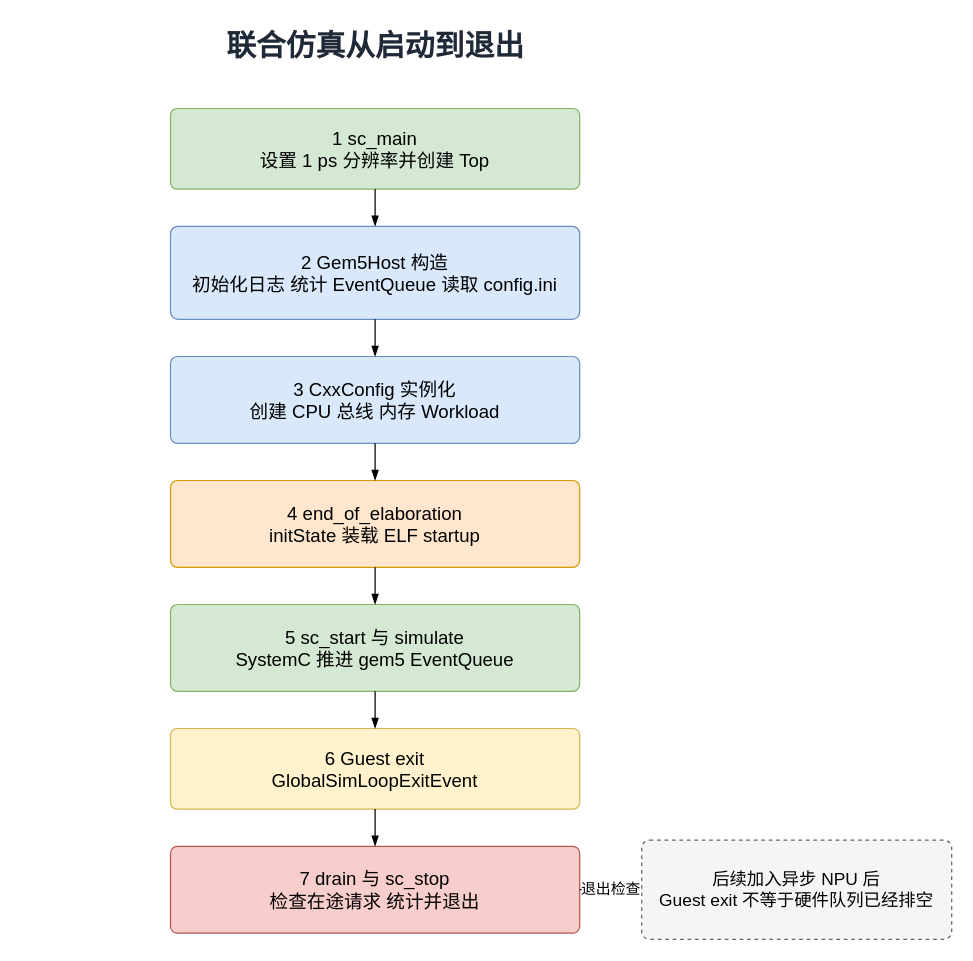
Before: docs/images/chapter-01/04-lifecycle.drawio in Ch1-n/npu-system-modeling, a draw.io diagram. Source tidied: cells renumbered, new cells numbered last; positions are measured from the earlier drawing's top-left corner, leaving out a move shared by most shapes. Both pictures are drawn from the tidied source at 124%, with x=0, y=0 at pixel (21, 21).
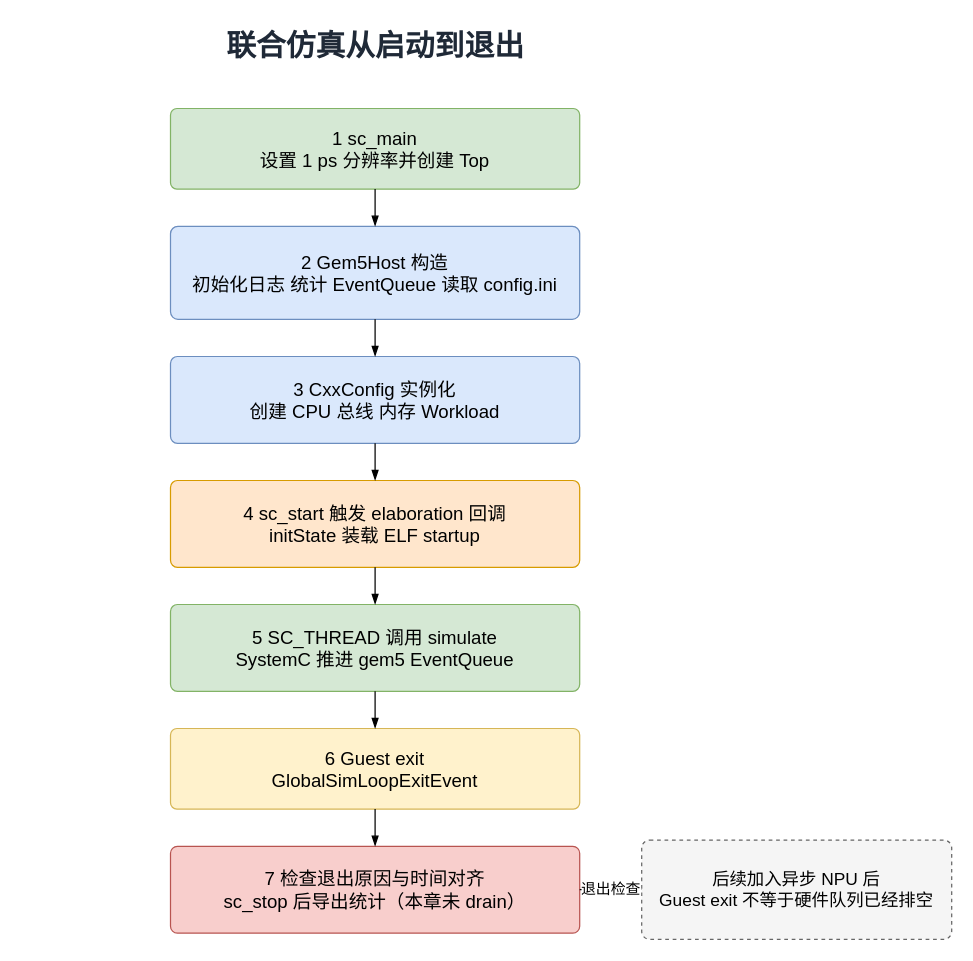
The same diagram, later.

What changed in the source:
```diff
@@
 <mxGraphModel>
   <root>
     <mxCell id="0" />
     <mxCell id="1" parent="0" />
     <mxCell id="2" value="联合仿真从启动到退出" style="text;html=1;align=center;verticalAlign=middle;fontSize=24;fontStyle=1;fontColor=#1f2937;" parent="1" vertex="1">
       <mxGeometry width="570" height="40" as="geometry" />
     </mxCell>
     <mxCell id="3" value="1  sc_main&#10;设置 1 ps 分辨率并创建 Top" style="rounded=1;arcSize=8;whiteSpace=wrap;html=1;fillColor=#d5e8d4;strokeColor=#82b366;fontSize=15;" parent="1" vertex="1">
       <mxGeometry x="120" y="70" width="330" height="65" as="geometry" />
     </mxCell>
     <mxCell id="4" value="2  Gem5Host 构造&#10;初始化日志 统计 EventQueue 读取 config.ini" style="rounded=1;arcSize=8;whiteSpace=wrap;html=1;fillColor=#dae8fc;strokeColor=#6c8ebf;fontSize=15;" parent="1" vertex="1">
       <mxGeometry x="120" y="165" width="330" height="75" as="geometry" />
     </mxCell>
     <mxCell id="5" value="3  CxxConfig 实例化&#10;创建 CPU 总线 内存 Workload" style="rounded=1;arcSize=8;whiteSpace=wrap;html=1;fillColor=#dae8fc;strokeColor=#6c8ebf;fontSize=15;" parent="1" vertex="1">
       <mxGeometry x="120" y="270" width="330" height="70" as="geometry" />
     </mxCell>
-    <mxCell id="6" value="4  end_of_elaboration&#10;initState 装载 ELF  startup" style="rounded=1;arcSize=8;whiteSpace=wrap;html=1;fillColor=#ffe6cc;strokeColor=#d79b00;fontSize=15;" parent="1" vertex="1">
+    <mxCell id="6" value="4  sc_start 触发 elaboration 回调&#10;initState 装载 ELF  startup" style="rounded=1;arcSize=8;whiteSpace=wrap;html=1;fillColor=#ffe6cc;strokeColor=#d79b00;fontSize=15;" parent="1" vertex="1">
       <mxGeometry x="120" y="370" width="330" height="70" as="geometry" />
     </mxCell>
-    <mxCell id="7" value="5  sc_start 与 simulate&#10;SystemC 推进 gem5 EventQueue" style="rounded=1;arcSize=8;whiteSpace=wrap;html=1;fillColor=#d5e8d4;strokeColor=#82b366;fontSize=15;" parent="1" vertex="1">
+    <mxCell id="7" value="5  SC_THREAD 调用 simulate&#10;SystemC 推进 gem5 EventQueue" style="rounded=1;arcSize=8;whiteSpace=wrap;html=1;fillColor=#d5e8d4;strokeColor=#82b366;fontSize=15;" parent="1" vertex="1">
       <mxGeometry x="120" y="470" width="330" height="70" as="geometry" />
     </mxCell>
     <mxCell id="8" value="6  Guest exit&#10;GlobalSimLoopExitEvent" style="rounded=1;arcSize=8;whiteSpace=wrap;html=1;fillColor=#fff2cc;strokeColor=#d6b656;fontSize=15;" parent="1" vertex="1">
       <mxGeometry x="120" y="570" width="330" height="65" as="geometry" />
     </mxCell>
-    <mxCell id="9" value="7  drain 与 sc_stop&#10;检查在途请求 统计并退出" style="rounded=1;arcSize=8;whiteSpace=wrap;html=1;fillColor=#f8cecc;strokeColor=#b85450;fontSize=15;" parent="1" vertex="1">
+    <mxCell id="9" value="7  检查退出原因与时间对齐&#10;sc_stop 后导出统计（本章未 drain）" style="rounded=1;arcSize=8;whiteSpace=wrap;html=1;fillColor=#f8cecc;strokeColor=#b85450;fontSize=15;" parent="1" vertex="1">
       <mxGeometry x="120" y="665" width="330" height="70" as="geometry" />
     </mxCell>
     <mxCell id="10" style="edgeStyle=orthogonalEdgeStyle;rounded=1;jettySize=auto;html=1;endArrow=blockThin;endFill=1;exitX=0.5;exitY=1;entryX=0.5;entryY=0;" parent="1" edge="1" source="3" target="4">
       <mxGeometry relative="1" as="geometry" />
     </mxCell>
     <mxCell id="11" style="edgeStyle=orthogonalEdgeStyle;rounded=1;jettySize=auto;html=1;endArrow=blockThin;endFill=1;exitX=0.5;exitY=1;entryX=0.5;entryY=0;" parent="1" edge="1" source="4" target="5">
       <mxGeometry relative="1" as="geometry" />
     </mxCell>
     <mxCell id="12" style="edgeStyle=orthogonalEdgeStyle;rounded=1;jettySize=auto;html=1;endArrow=blockThin;endFill=1;exitX=0.5;exitY=1;entryX=0.5;entryY=0;" parent="1" edge="1" source="5" target="6">
       <mxGeometry relative="1" as="geometry" />
     </mxCell>
     <mxCell id="13" style="edgeStyle=orthogonalEdgeStyle;rounded=1;jettySize=auto;html=1;endArrow=blockThin;endFill=1;exitX=0.5;exitY=1;entryX=0.5;entryY=0;" parent="1" edge="1" source="6" target="7">
       <mxGeometry relative="1" as="geometry" />
     </mxCell>
     <mxCell id="14" style="edgeStyle=orthogonalEdgeStyle;rounded=1;jettySize=auto;html=1;endArrow=blockThin;endFill=1;exitX=0.5;exitY=1;entryX=0.5;entryY=0;" parent="1" edge="1" source="7" target="8">
       <mxGeometry relative="1" as="geometry" />
     </mxCell>
     <mxCell id="15" style="edgeStyle=orthogonalEdgeStyle;rounded=1;jettySize=auto;html=1;endArrow=blockThin;endFill=1;exitX=0.5;exitY=1;entryX=0.5;entryY=0;" parent="1" edge="1" source="8" target="9">
       <mxGeometry relative="1" as="geometry" />
     </mxCell>
     <mxCell id="16" value="后续加入异步 NPU 后&#10;Guest exit 不等于硬件队列已经排空" style="rounded=1;arcSize=8;whiteSpace=wrap;html=1;fillColor=#f5f5f5;strokeColor=#666666;dashed=1;fontSize=14;" parent="1" vertex="1">
       <mxGeometry x="500" y="660" width="250" height="80" as="geometry" />
     </mxCell>
     <mxCell id="17" value="退出检查" style="edgeStyle=orthogonalEdgeStyle;rounded=1;jettySize=auto;html=1;endArrow=open;endFill=0;dashed=1;fontSize=12;labelBackgroundColor=#ffffff;exitX=1;exitY=0.5;entryX=0;entryY=0.5;" parent="1" edge="1" source="9" target="16">
       <mxGeometry relative="1" as="geometry" />
     </mxCell>
   </root>
 </mxGraphModel>
```
